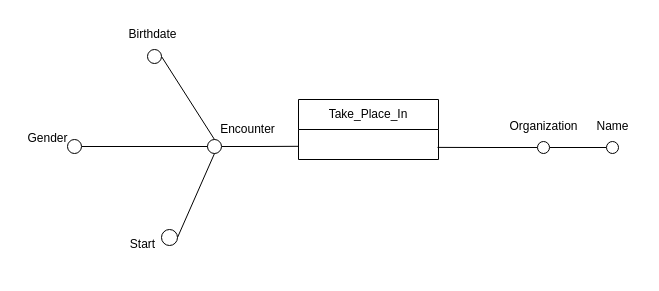
Above: Schemi_Di_Fatto/Take_Place_In.drawio in MircoPerna99/BigDataManagement_Team (draw.io), before the change. Source tidied: cells renumbered, new cells numbered last; positions are measured from the earlier drawing's top-left corner, leaving out a move shared by most shapes. Both pictures are drawn from the tidied source at 100%, with x=0, y=0 at pixel (17, 19).
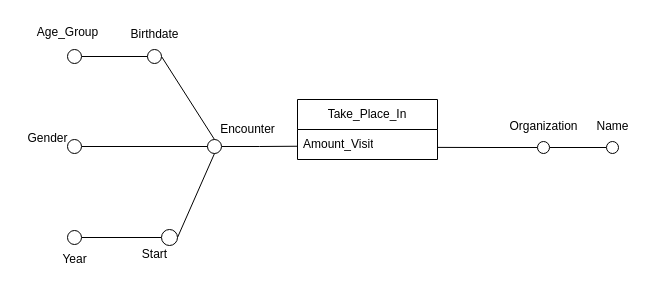
Above is the later version.

The change refers to these unchanged cells:
```xml
<mxCell id="5" style="ellipse;whiteSpace=wrap;html=1;fillColor=#FFFFFF;" parent="1" vertex="1">
  <mxGeometry x="520" y="122" width="12" height="12" as="geometry" />
</mxCell>
<mxCell id="10" style="ellipse;whiteSpace=wrap;html=1;fillColor=#FFFFFF;" parent="1" vertex="1">
  <mxGeometry x="190" y="120" width="14" height="14" as="geometry" />
</mxCell>
<mxCell id="12" style="ellipse;whiteSpace=wrap;html=1;fillColor=#FFFFFF;" parent="1" vertex="1">
  <mxGeometry x="130" y="30" width="14" height="14" as="geometry" />
</mxCell>
<mxCell id="18" style="ellipse;whiteSpace=wrap;html=1;fillColor=#FFFFFF;" parent="1" vertex="1">
  <mxGeometry x="144" y="210" width="16" height="16" as="geometry" />
</mxCell>
```

The edit, as a diff of the source:
```diff
@@
-    <mxCell id="3" style="edgeStyle=orthogonalEdgeStyle;rounded=0;jettySize=auto;html=1;exitX=0;exitY=0.5;exitDx=0;exitDy=0;endArrow=none;startFill=0;" parent="1" edge="1" source="5">
-      <mxGeometry relative="1" as="geometry">
-        <mxPoint x="420" y="127.9" as="targetPoint" />
-      </mxGeometry>
-    </mxCell>
+    <mxCell id="21" style="edgeStyle=orthogonalEdgeStyle;rounded=0;jettySize=auto;html=1;exitX=0;exitY=0.5;exitDx=0;exitDy=0;endArrow=none;startFill=0;" parent="1" edge="1" source="5">
+      <mxGeometry relative="1" as="geometry">
+        <mxPoint x="420" y="127.9" as="targetPoint" />
+      </mxGeometry>
+    </mxCell>
@@
-    <mxCell id="8" value="Take_Place_In" style="swimlane;fontStyle=0;horizontal=1;startSize=30;whiteSpace=wrap;html=1;" parent="1" vertex="1">
-      <mxGeometry x="281" y="80" width="140" height="60" as="geometry" />
-    </mxCell>
-    <mxCell id="9" style="edgeStyle=orthogonalEdgeStyle;rounded=0;jettySize=auto;html=1;exitX=1;exitY=0.5;exitDx=0;exitDy=0;endArrow=none;startFill=0;" parent="1" edge="1" source="10">
-      <mxGeometry relative="1" as="geometry">
-        <mxPoint x="281" y="126.8" as="targetPoint" />
-      </mxGeometry>
-    </mxCell>
+    <mxCell id="22" style="edgeStyle=orthogonalEdgeStyle;rounded=0;jettySize=auto;html=1;exitX=1;exitY=0.5;exitDx=0;exitDy=0;endArrow=none;startFill=0;entryX=-0.002;entryY=0.558;entryDx=0;entryDy=0;entryPerimeter=0;" parent="1" edge="1" source="10" target="29">
+      <mxGeometry relative="1" as="geometry" />
+    </mxCell>
@@
     <mxCell id="16" value="Birthdate" style="text;html=1;align=center;verticalAlign=middle;strokeColor=none;fillColor=none;" parent="1" vertex="1">
-      <mxGeometry x="100" width="70" height="30" as="geometry" />
+      <mxGeometry x="102" width="70" height="30" as="geometry" />
     </mxCell>
@@
+    <mxCell id="23" style="edgeStyle=orthogonalEdgeStyle;rounded=0;jettySize=auto;html=1;entryX=1;entryY=0.5;entryDx=0;entryDy=0;endArrow=none;startFill=0;" parent="1" edge="1" source="18" target="27">
+      <mxGeometry relative="1" as="geometry" />
+    </mxCell>
@@
     <mxCell id="19" value="Start" style="text;html=1;align=center;verticalAlign=middle;strokeColor=none;fillColor=none;" parent="1" vertex="1">
-      <mxGeometry x="100" y="210" width="50" height="30" as="geometry" />
+      <mxGeometry x="112" y="220" width="50" height="30" as="geometry" />
     </mxCell>
@@
+    <mxCell id="24" style="edgeStyle=orthogonalEdgeStyle;rounded=0;jettySize=auto;html=1;exitX=1;exitY=0.5;exitDx=0;exitDy=0;entryX=0;entryY=0.5;entryDx=0;entryDy=0;endArrow=none;startFill=0;" parent="1" edge="1" source="25" target="12">
+      <mxGeometry relative="1" as="geometry" />
+    </mxCell>
+    <mxCell id="25" style="ellipse;whiteSpace=wrap;html=1;fillColor=#FFFFFF;" parent="1" vertex="1">
+      <mxGeometry x="50" y="30" width="14" height="14" as="geometry" />
+    </mxCell>
+    <mxCell id="26" value="Age_Group" style="text;html=1;align=center;verticalAlign=middle;strokeColor=none;fillColor=none;" parent="1" vertex="1">
+      <mxGeometry x="10" y="-2" width="80" height="30" as="geometry" />
+    </mxCell>
+    <mxCell id="27" style="ellipse;whiteSpace=wrap;html=1;fillColor=#FFFFFF;" parent="1" vertex="1">
+      <mxGeometry x="50" y="211" width="14" height="14" as="geometry" />
+    </mxCell>
+    <mxCell id="28" value="Year" style="text;html=1;align=center;verticalAlign=middle;strokeColor=none;fillColor=none;" parent="1" vertex="1">
+      <mxGeometry x="32" y="225" width="50" height="30" as="geometry" />
+    </mxCell>
+    <mxCell id="8" value="Take_Place_In" style="swimlane;fontStyle=0;horizontal=1;startSize=30;whiteSpace=wrap;html=1;" parent="1" vertex="1">
+      <mxGeometry x="280" y="80" width="140" height="60" as="geometry" />
+    </mxCell>
+    <mxCell id="29" value="Amount_Visit" style="text;strokeColor=none;fillColor=none;align=left;verticalAlign=middle;spacingLeft=4;spacingRight=4;overflow=hidden;points=[[0,0.5],[1,0.5]];portConstraint=eastwest;whiteSpace=wrap;html=1;" parent="8" vertex="1">
+      <mxGeometry y="30" width="140" height="30" as="geometry" />
+    </mxCell>
```
